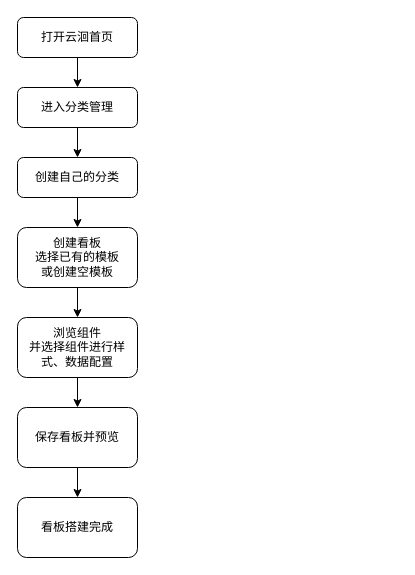
Above: 云洄操作流程图.drawio in kof1290/drawio (draw.io), before the change. Source tidied: cells renumbered, new cells numbered last; positions are measured from the earlier drawing's top-left corner, leaving out a move shared by most shapes. Both pictures are drawn from the tidied source at 100%, with x=0, y=0 at pixel (17, 17).
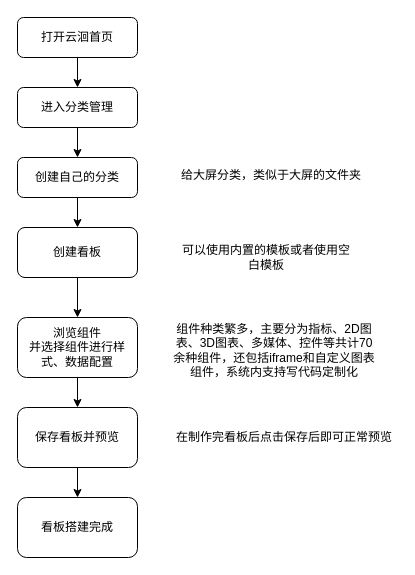
Above is the later version.

Commit message:
更新云洄操作流程图.drawio

The edit, as a diff of the source:
```diff
@@
 <mxGraphModel>
   <root>
     <mxCell id="0" />
     <mxCell id="1" parent="0" />
     <mxCell id="2" style="edgeStyle=orthogonalEdgeStyle;rounded=0;jettySize=auto;html=1;entryX=0.5;entryY=0;entryDx=0;entryDy=0;" parent="1" edge="1" source="3" target="5">
       <mxGeometry relative="1" as="geometry" />
     </mxCell>
     <mxCell id="3" value="打开云洄首页" style="rounded=1;whiteSpace=wrap;html=1;fontSize=12;glass=0;strokeWidth=1;shadow=0;" parent="1" vertex="1">
       <mxGeometry width="120" height="40" as="geometry" />
     </mxCell>
     <mxCell id="4" style="edgeStyle=orthogonalEdgeStyle;rounded=0;jettySize=auto;html=1;entryX=0.5;entryY=0;entryDx=0;entryDy=0;" parent="1" edge="1" source="5" target="7">
       <mxGeometry relative="1" as="geometry" />
     </mxCell>
     <mxCell id="5" value="进入分类管理" style="rounded=1;whiteSpace=wrap;html=1;glass=0;strokeWidth=1;shadow=0;" parent="1" vertex="1">
       <mxGeometry y="70" width="120" height="40" as="geometry" />
     </mxCell>
     <mxCell id="6" style="edgeStyle=orthogonalEdgeStyle;rounded=0;jettySize=auto;html=1;" parent="1" edge="1" source="7" target="9">
       <mxGeometry relative="1" as="geometry" />
     </mxCell>
     <mxCell id="7" value="创建自己的分类" style="rounded=1;whiteSpace=wrap;html=1;glass=0;strokeWidth=1;shadow=0;" parent="1" vertex="1">
       <mxGeometry y="140" width="120" height="40" as="geometry" />
     </mxCell>
     <mxCell id="8" style="edgeStyle=orthogonalEdgeStyle;rounded=0;jettySize=auto;html=1;" parent="1" edge="1" source="9" target="11">
       <mxGeometry relative="1" as="geometry" />
     </mxCell>
-    <mxCell id="9" value="创建看板&lt;br&gt;选择已有的模板&lt;br&gt;或创建空模板" style="whiteSpace=wrap;html=1;rounded=1;glass=0;strokeWidth=1;shadow=0;" parent="1" vertex="1">
-      <mxGeometry y="210" width="120" height="60" as="geometry" />
+    <mxCell id="9" value="创建看板" style="whiteSpace=wrap;html=1;rounded=1;glass=0;strokeWidth=1;shadow=0;" parent="1" vertex="1">
+      <mxGeometry y="210" width="120" height="50" as="geometry" />
     </mxCell>
     <mxCell id="10" style="edgeStyle=orthogonalEdgeStyle;rounded=0;jettySize=auto;html=1;" parent="1" edge="1" source="11" target="13">
       <mxGeometry relative="1" as="geometry" />
     </mxCell>
     <mxCell id="11" value="浏览组件&lt;br&gt;并选择组件进行样式、数据配置" style="whiteSpace=wrap;html=1;rounded=1;glass=0;strokeWidth=1;shadow=0;" parent="1" vertex="1">
       <mxGeometry y="300" width="120" height="60" as="geometry" />
     </mxCell>
     <mxCell id="12" style="edgeStyle=orthogonalEdgeStyle;rounded=0;jettySize=auto;html=1;" parent="1" edge="1" source="13" target="14">
       <mxGeometry relative="1" as="geometry" />
     </mxCell>
     <mxCell id="13" value="保存看板并预览" style="whiteSpace=wrap;html=1;rounded=1;glass=0;strokeWidth=1;shadow=0;" parent="1" vertex="1">
       <mxGeometry y="390" width="120" height="60" as="geometry" />
     </mxCell>
     <mxCell id="14" value="看板搭建完成" style="whiteSpace=wrap;html=1;rounded=1;glass=0;strokeWidth=1;shadow=0;" parent="1" vertex="1">
       <mxGeometry y="480" width="120" height="60" as="geometry" />
     </mxCell>
+    <mxCell id="15" value="给大屏分类，类似于大屏的文件夹" style="text;html=1;strokeColor=none;fillColor=none;align=center;verticalAlign=middle;whiteSpace=wrap;rounded=0;" parent="1" vertex="1">
+      <mxGeometry x="159" y="140" width="190" height="35" as="geometry" />
+    </mxCell>
+    <mxCell id="16" value="可以使用内置的模板或者使用空白模板" style="text;html=1;strokeColor=none;fillColor=none;align=center;verticalAlign=middle;whiteSpace=wrap;rounded=0;" parent="1" vertex="1">
+      <mxGeometry x="159" y="222.5" width="180" height="35" as="geometry" />
+    </mxCell>
+    <mxCell id="17" value="组件种类繁多，主要分为指标、2D图表、3D图表、多媒体、控件等共计70余种组件，还包括iframe和自定义图表组件，系统内支持写代码定制化" style="text;html=1;strokeColor=none;fillColor=none;align=center;verticalAlign=middle;whiteSpace=wrap;rounded=0;" parent="1" vertex="1">
+      <mxGeometry x="154" y="295" width="206" height="75" as="geometry" />
+    </mxCell>
+    <mxCell id="18" value="在制作完看板后点击保存后即可正常预览" style="text;html=1;strokeColor=none;fillColor=none;align=center;verticalAlign=middle;whiteSpace=wrap;rounded=0;" parent="1" vertex="1">
+      <mxGeometry x="154" y="392.5" width="226" height="55" as="geometry" />
+    </mxCell>
   </root>
 </mxGraphModel>
```
